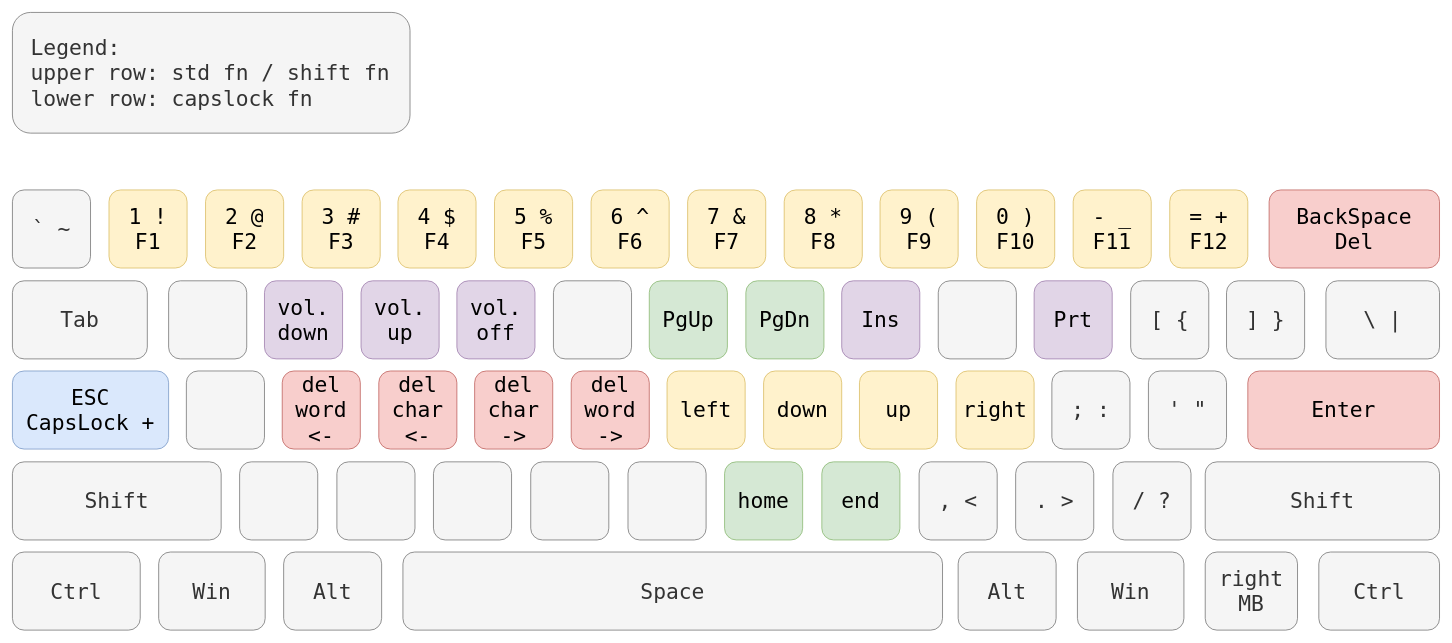
Before: page "mapping" (2 of 2) of drawio/keymap.drawio in AdamJel/win-capslock-usefull, a draw.io diagram. Source tidied: cells renumbered, new cells numbered last; positions are measured from the earlier drawing's top-left corner, leaving out a move shared by most shapes. Both pictures are drawn from the tidied source at 71%, with x=0, y=0 at pixel (12, 12).
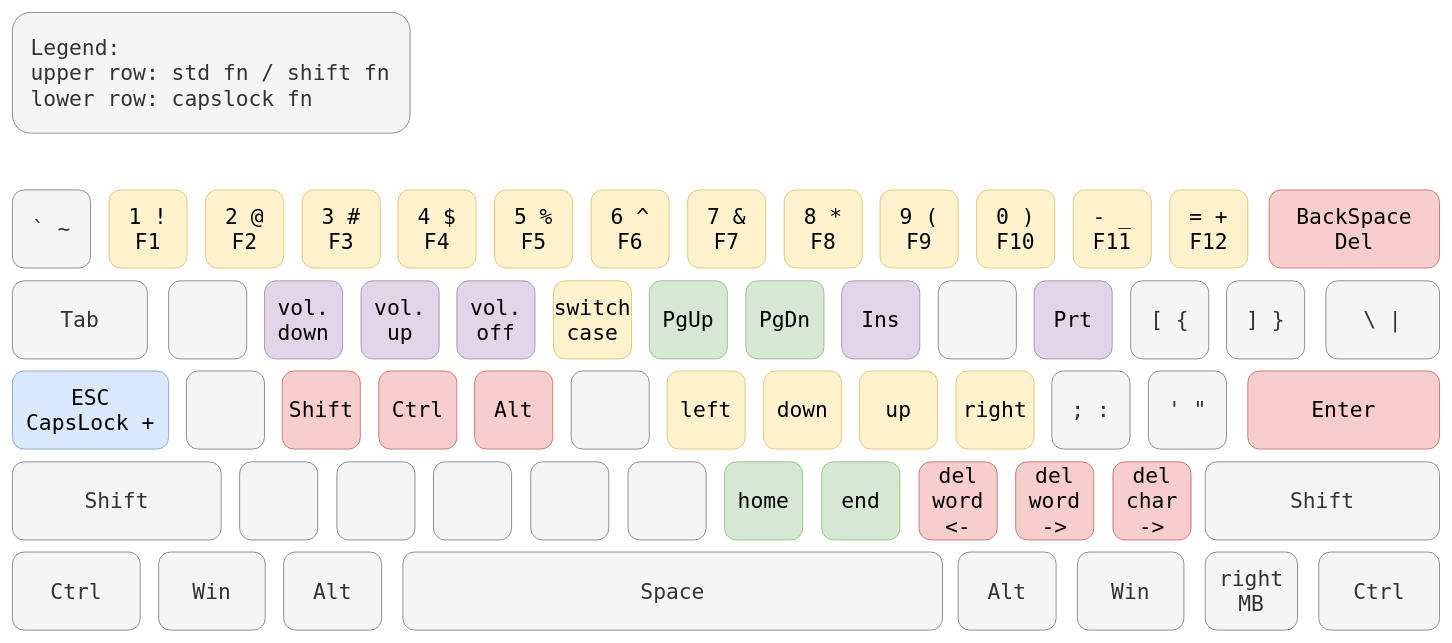
Above is the later version.

The edit, as a diff of the source:
```diff
@@
-    <mxCell id="27" style="rounded=1;whiteSpace=wrap;html=1;fillColor=#f5f5f5;strokeColor=#666666;fontColor=#333333;fontSize=30;fontFamily=Lucida Console;align=center;" parent="1" vertex="1">
+    <mxCell id="27" value="switch&lt;br&gt;case" style="rounded=1;whiteSpace=wrap;html=1;fillColor=#fff2cc;strokeColor=#d6b656;fontSize=30;fontFamily=Lucida Console;align=center;" parent="1" vertex="1">
       <mxGeometry x="762" y="378" width="110" height="110" as="geometry" />
     </mxCell>
@@
-    <mxCell id="36" value="&lt;div&gt;del&lt;/div&gt;&lt;div&gt;word&lt;/div&gt;&lt;div&gt;&amp;lt;-&lt;br&gt;&lt;/div&gt;" style="rounded=1;whiteSpace=wrap;html=1;fillColor=#f8cecc;strokeColor=#b85450;fontSize=30;fontFamily=Lucida Console;align=center;" parent="1" vertex="1">
+    <mxCell id="36" value="Shift" style="rounded=1;whiteSpace=wrap;html=1;fillColor=#f8cecc;strokeColor=#b85450;fontSize=30;fontFamily=Lucida Console;align=center;" parent="1" vertex="1">
       <mxGeometry x="380" y="505" width="110" height="110" as="geometry" />
     </mxCell>
-    <mxCell id="37" value="&lt;div&gt;del&lt;/div&gt;&lt;div&gt;char&lt;/div&gt;&lt;div&gt;&amp;lt;-&lt;br&gt;&lt;/div&gt;" style="rounded=1;whiteSpace=wrap;html=1;fillColor=#f8cecc;strokeColor=#b85450;fontSize=30;fontFamily=Lucida Console;align=center;" parent="1" vertex="1">
+    <mxCell id="37" value="&lt;div&gt;Ctrl&lt;/div&gt;" style="rounded=1;whiteSpace=wrap;html=1;fillColor=#f8cecc;strokeColor=#b85450;fontSize=30;fontFamily=Lucida Console;align=center;" parent="1" vertex="1">
       <mxGeometry x="516" y="505" width="110" height="110" as="geometry" />
     </mxCell>
-    <mxCell id="38" value="&lt;div&gt;del char&lt;/div&gt;&lt;div&gt;-&amp;gt;&lt;br&gt;&lt;/div&gt;" style="rounded=1;whiteSpace=wrap;html=1;fillColor=#f8cecc;strokeColor=#b85450;fontSize=30;fontFamily=Lucida Console;align=center;" parent="1" vertex="1">
+    <mxCell id="38" value="&lt;div&gt;Alt&lt;/div&gt;" style="rounded=1;whiteSpace=wrap;html=1;fillColor=#f8cecc;strokeColor=#b85450;fontSize=30;fontFamily=Lucida Console;align=center;" parent="1" vertex="1">
       <mxGeometry x="651" y="505" width="110" height="110" as="geometry" />
     </mxCell>
-    <mxCell id="39" value="&lt;div&gt;del word&lt;/div&gt;&lt;div&gt;-&amp;gt;&lt;br&gt;&lt;/div&gt;" style="rounded=1;whiteSpace=wrap;html=1;fillColor=#f8cecc;strokeColor=#b85450;fontSize=30;fontFamily=Lucida Console;align=center;" parent="1" vertex="1">
+    <mxCell id="39" value="&lt;div&gt;&lt;br&gt;&lt;/div&gt;" style="rounded=1;whiteSpace=wrap;html=1;fillColor=#f5f5f5;strokeColor=#666666;fontSize=30;fontFamily=Lucida Console;align=center;fontColor=#333333;" parent="1" vertex="1">
       <mxGeometry x="787" y="505" width="110" height="110" as="geometry" />
     </mxCell>
@@
-    <mxCell id="52" value=", &amp;lt;" style="rounded=1;whiteSpace=wrap;html=1;fillColor=#f5f5f5;strokeColor=#666666;fontColor=#333333;fontSize=30;fontFamily=Lucida Console;align=center;" parent="1" vertex="1">
+    <mxCell id="52" value="del&lt;br&gt;word&lt;br&gt;&amp;lt;-" style="rounded=1;whiteSpace=wrap;html=1;fillColor=#f8cecc;strokeColor=#b85450;fontSize=30;fontFamily=Lucida Console;align=center;" parent="1" vertex="1">
       <mxGeometry x="1277" y="633" width="110" height="110" as="geometry" />
     </mxCell>
-    <mxCell id="53" value=". &amp;gt;" style="rounded=1;whiteSpace=wrap;html=1;fillColor=#f5f5f5;strokeColor=#666666;fontColor=#333333;fontSize=30;fontFamily=Lucida Console;align=center;" parent="1" vertex="1">
+    <mxCell id="53" value="del&lt;br&gt;word&lt;br&gt;-&amp;gt;" style="rounded=1;whiteSpace=wrap;html=1;fillColor=#f8cecc;strokeColor=#b85450;fontSize=30;fontFamily=Lucida Console;align=center;" parent="1" vertex="1">
       <mxGeometry x="1413" y="633" width="110" height="110" as="geometry" />
     </mxCell>
-    <mxCell id="54" value="/ ?" style="rounded=1;whiteSpace=wrap;html=1;fillColor=#f5f5f5;strokeColor=#666666;fontColor=#333333;fontSize=30;fontFamily=Lucida Console;align=center;" parent="1" vertex="1">
+    <mxCell id="54" value="del&lt;br&gt;char&lt;br&gt;-&amp;gt;" style="rounded=1;whiteSpace=wrap;html=1;fillColor=#f8cecc;strokeColor=#b85450;fontSize=30;fontFamily=Lucida Console;align=center;" parent="1" vertex="1">
       <mxGeometry x="1550" y="633" width="110" height="110" as="geometry" />
     </mxCell>
```
